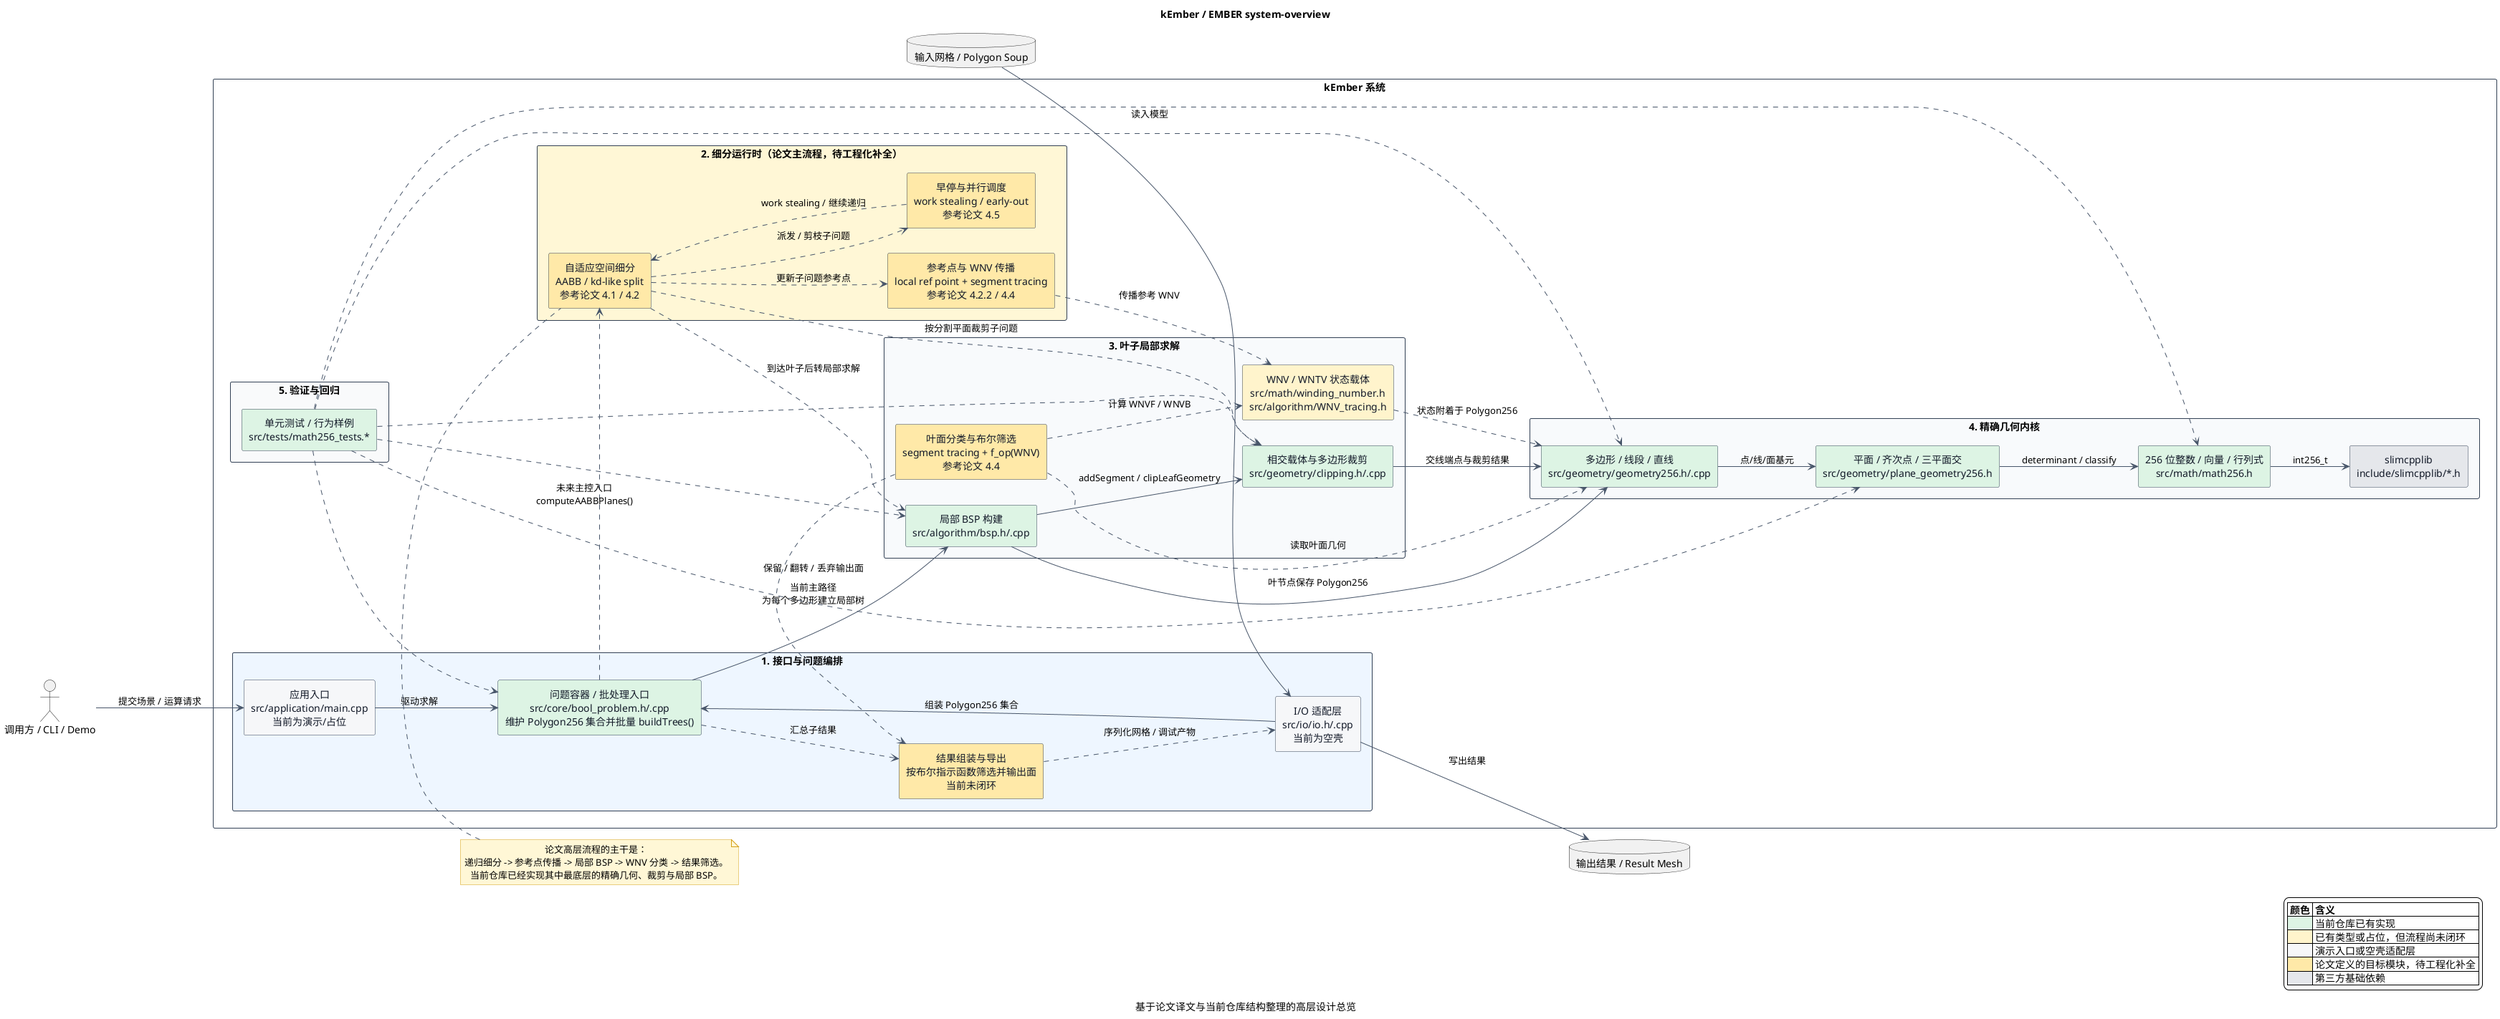
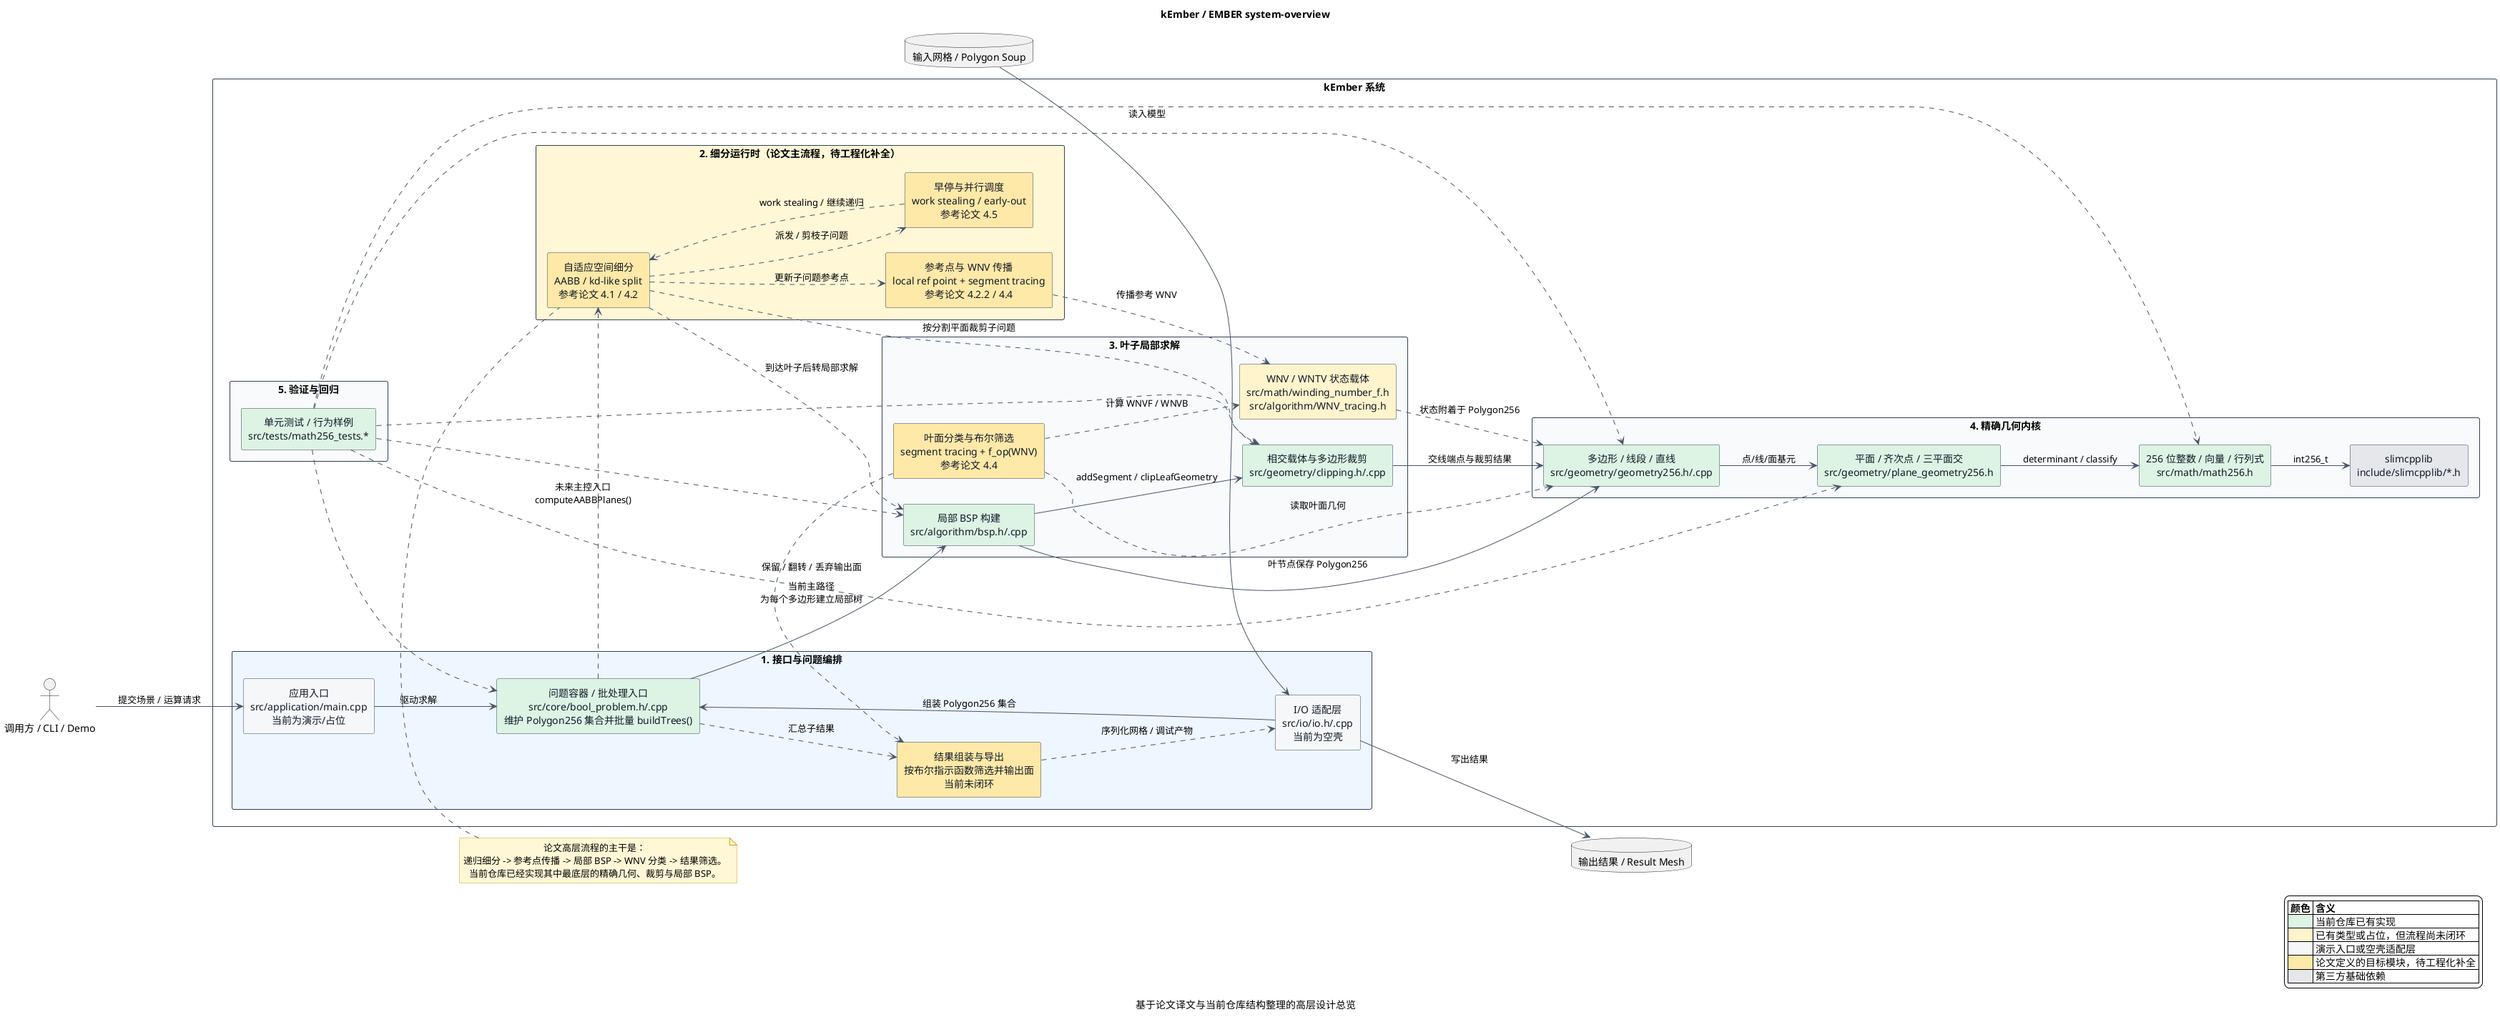
@startuml
title kEmber / EMBER system-overview
caption 基于论文译文与当前仓库结构整理的高层设计总览

left to right direction

skinparam backgroundColor white
skinparam shadowing false
skinparam defaultTextAlignment center
skinparam packageStyle rectangle
skinparam componentStyle rectangle
skinparam ArrowColor #475569
skinparam package {
  BorderColor #334155
  FontColor #111827
}
skinparam component {
  BorderColor #334155
  FontColor #111827
}
skinparam note {
  BackgroundColor #FFF7D6
  BorderColor #D4A017
}

actor "调用方 / CLI / Demo" as Caller
database "输入网格 / Polygon Soup" as Input
database "输出结果 / Result Mesh" as Output

rectangle "kEmber 系统" as System {
  package "1. 接口与问题编排" #EEF6FF {
    component "应用入口\nsrc/application/main.cpp\n当前为演示/占位" as App #F6F7F9
    component "I/O 适配层\nsrc/io/io.h/.cpp\n当前为空壳" as IO #F6F7F9
    component "问题容器 / 批处理入口\nsrc/core/bool_problem.h/.cpp\n维护 Polygon256 集合并批量 buildTrees()" as BoolProblem #DDF4E4
    component "结果组装与导出\n按布尔指示函数筛选并输出面\n当前未闭环" as Export #FFE9A8
  }

  package "2. 细分运行时（论文主流程，待工程化补全）" #FFF7D6 {
    component "自适应空间细分\nAABB / kd-like split\n参考论文 4.1 / 4.2" as Subdivision #FFE9A8
    component "参考点与 WNV 传播\nlocal ref point + segment tracing\n参考论文 4.2.2 / 4.4" as RefWNV #FFE9A8
    component "早停与并行调度\nwork stealing / early-out\n参考论文 4.5" as Runtime #FFE9A8
  }

  package "3. 叶子局部求解" #F8FAFC {
    component "局部 BSP 构建\nsrc/algorithm/bsp.h/.cpp" as BSP #DDF4E4
    component "相交载体与多边形裁剪\nsrc/geometry/clipping.h/.cpp" as Clip #DDF4E4
-     component "WNV / WNTV 状态载体\nsrc/math/winding_number.h\nsrc/algorithm/WNV_tracing.h" as Winding #FFF4CC
+     component "WNV / WNTV 状态载体\nsrc/math/winding_number_f.h\nsrc/algorithm/WNV_tracing.h" as Winding #FFF4CC
    component "叶面分类与布尔筛选\nsegment tracing + f_op(WNV)\n参考论文 4.4" as Classify #FFE9A8
  }

  package "4. 精确几何内核" #F8FAFC {
    component "多边形 / 线段 / 直线\nsrc/geometry/geometry256.h/.cpp" as Geometry #DDF4E4
    component "平面 / 齐次点 / 三平面交\nsrc/geometry/plane_geometry256.h" as PlaneGeom #DDF4E4
    component "256 位整数 / 向量 / 行列式\nsrc/math/math256.h" as Math256 #DDF4E4
    component "slimcpplib\ninclude/slimcpplib/*.h" as Slim #E5E7EB
  }

  package "5. 验证与回归" #F9FAFB {
    component "单元测试 / 行为样例\nsrc/tests/math256_tests.*" as Tests #DDF4E4
  }
}

Caller --> App : 提交场景 / 运算请求
Input --> IO : 读入模型
IO --> BoolProblem : 组装 Polygon256 集合
App --> BoolProblem : 驱动求解

BoolProblem --> BSP : 当前主路径\n为每个多边形建立局部树
BoolProblem ..> Subdivision : 未来主控入口\ncomputeAABBPlanes()
Subdivision ..> Clip : 按分割平面裁剪子问题
Subdivision ..> RefWNV : 更新子问题参考点
Subdivision ..> Runtime : 派发 / 剪枝子问题
Runtime ..> Subdivision : work stealing / 继续递归
Subdivision ..> BSP : 到达叶子后转局部求解

BSP --> Clip : addSegment / clipLeafGeometry
BSP --> Geometry : 叶节点保存 Polygon256
Clip --> Geometry : 交线端点与裁剪结果
Classify ..> Geometry : 读取叶面几何
Classify ..> Winding : 计算 WNVF / WNVB
RefWNV ..> Winding : 传播参考 WNV
Winding ..> Geometry : 状态附着于 Polygon256

Geometry --> PlaneGeom : 点/线/面基元
PlaneGeom --> Math256 : determinant / classify
Math256 --> Slim : int256_t

Classify ..> Export : 保留 / 翻转 / 丢弃输出面
BoolProblem ..> Export : 汇总子结果
Export ..> IO : 序列化网格 / 调试产物
IO --> Output : 写出结果

Tests ..> BoolProblem
Tests ..> BSP
Tests ..> Clip
Tests ..> Geometry
Tests ..> PlaneGeom
Tests ..> Math256

note top of Subdivision
论文高层流程的主干是：
递归细分 -> 参考点传播 -> 局部 BSP -> WNV 分类 -> 结果筛选。
当前仓库已经实现其中最底层的精确几何、裁剪与局部 BSP。
end note

legend right
|= 颜色 |= 含义 |
|<#DDF4E4>| 当前仓库已有实现 |
|<#FFF4CC>| 已有类型或占位，但流程尚未闭环 |
|<#F6F7F9>| 演示入口或空壳适配层 |
|<#FFE9A8>| 论文定义的目标模块，待工程化补全 |
|<#E5E7EB>| 第三方基础依赖 |
endlegend

@enduml
